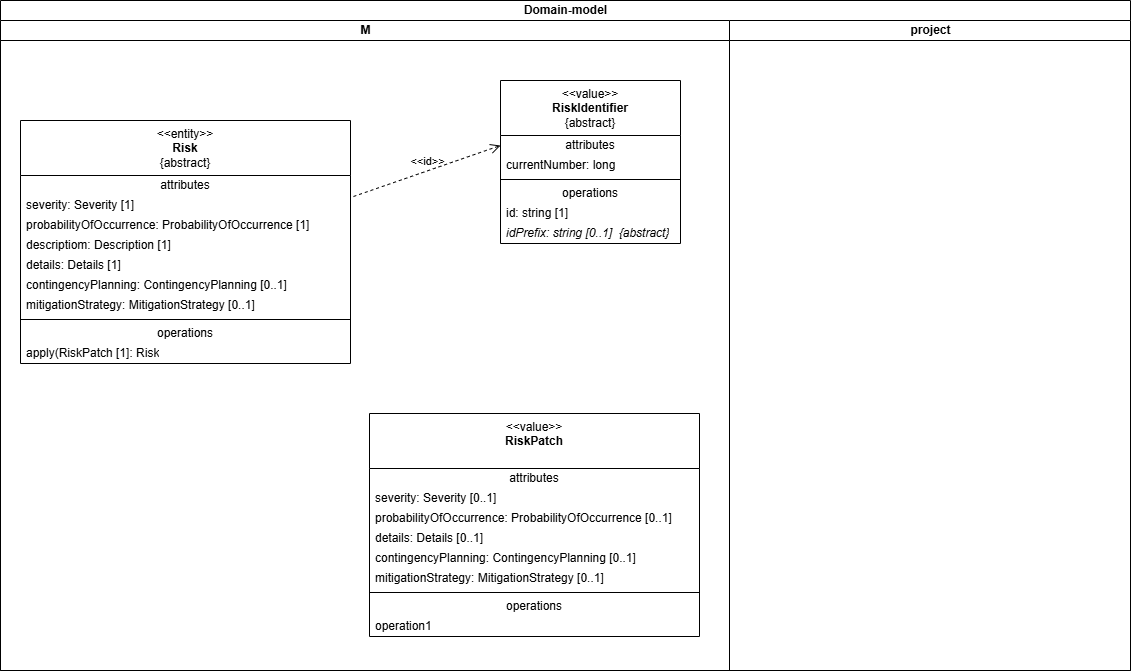
This is documentation/arc-documentation/images/08_concepts/domain-model.drawio.png from stueberm1/riskmanager, a draw.io export, as it was before one commit. Source tidied: cells renumbered, new cells last; positions are measured from the earlier drawing's top-left corner, leaving out a move shared by most shapes.
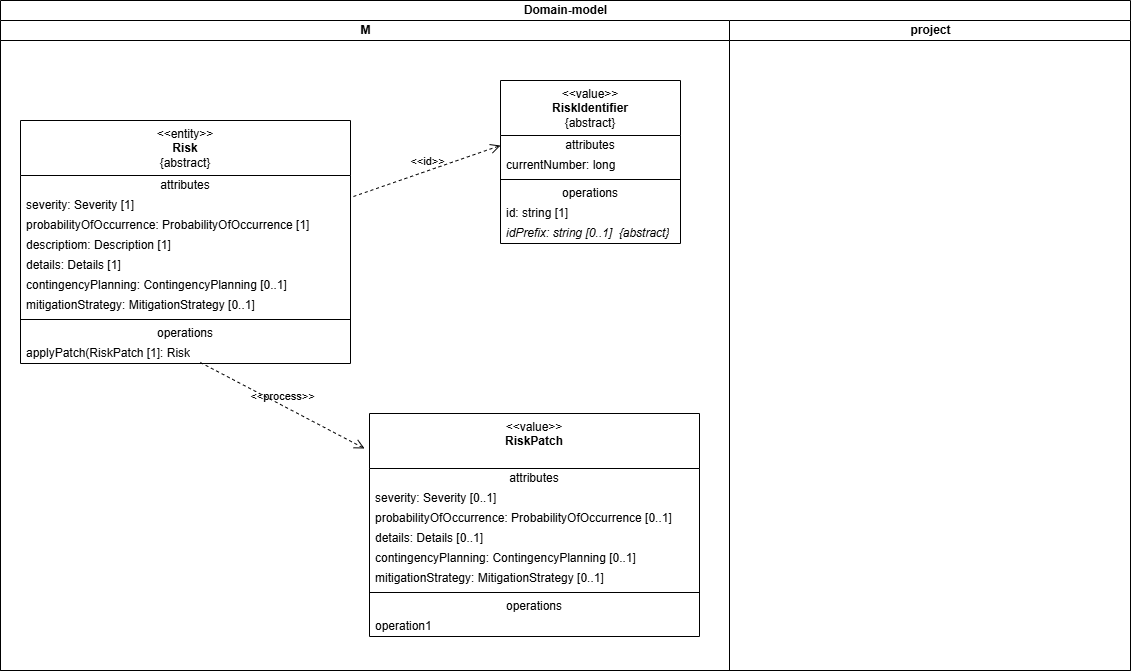
Above is the later version.

Change to the diagram source:
```diff
@@ -38,7 +38,7 @@
     <mxCell id="13" value="operations" style="text;html=1;strokeColor=none;fillColor=none;align=center;verticalAlign=middle;spacingLeft=4;spacingRight=4;overflow=hidden;whiteSpace=wrap;" parent="4" vertex="1">
       <mxGeometry y="203" width="330" height="20" as="geometry" />
     </mxCell>
-    <mxCell id="14" value="apply(RiskPatch [1]: Risk" style="text;html=1;strokeColor=none;fillColor=none;align=left;verticalAlign=middle;spacingLeft=4;spacingRight=4;overflow=hidden;points=[[0,0.5],[1,0.5]];portConstraint=eastwest;whiteSpace=wrap;" parent="4" vertex="1">
+    <mxCell id="14" value="applyPatch(RiskPatch [1]: Risk" style="text;html=1;strokeColor=none;fillColor=none;align=left;verticalAlign=middle;spacingLeft=4;spacingRight=4;overflow=hidden;points=[[0,0.5],[1,0.5]];portConstraint=eastwest;whiteSpace=wrap;" parent="4" vertex="1">
       <mxGeometry y="223" width="330" height="20" as="geometry" />
     </mxCell>
     <mxCell id="15" value="&amp;lt;&amp;lt;value&amp;gt;&amp;gt;&lt;br&gt;&lt;b&gt;RiskIdentifier&lt;/b&gt;&lt;br&gt;{abstract}" style="swimlane;fontStyle=0;align=center;verticalAlign=top;horizontal=1;startSize=55;html=1;whiteSpace=wrap;" parent="3" vertex="1">
@@ -95,6 +95,9 @@
     <mxCell id="32" value="operation1" style="text;html=1;strokeColor=none;fillColor=none;align=left;verticalAlign=middle;spacingLeft=4;spacingRight=4;overflow=hidden;whiteSpace=wrap;" parent="23" vertex="1">
       <mxGeometry y="203" width="330" height="20" as="geometry" />
     </mxCell>
+    <mxCell id="34" value="&amp;lt;&amp;lt;process&amp;gt;&amp;gt;" style="endArrow=open;startArrow=none;endFill=0;startFill=0;endSize=8;html=1;verticalAlign=bottom;dashed=1;labelBackgroundColor=none;rounded=0;exitX=0.545;exitY=0.95;exitDx=0;exitDy=0;exitPerimeter=0;entryX=-0.015;entryY=0.157;entryDx=0;entryDy=0;entryPerimeter=0;" parent="3" edge="1" source="14" target="23">
+      <mxGeometry relative="1" as="geometry" />
+    </mxCell>
     <mxCell id="33" value="project" style="swimlane;startSize=20;html=1;" parent="2" vertex="1">
       <mxGeometry x="729" y="20" width="401" height="650" as="geometry" />
     </mxCell>
```
